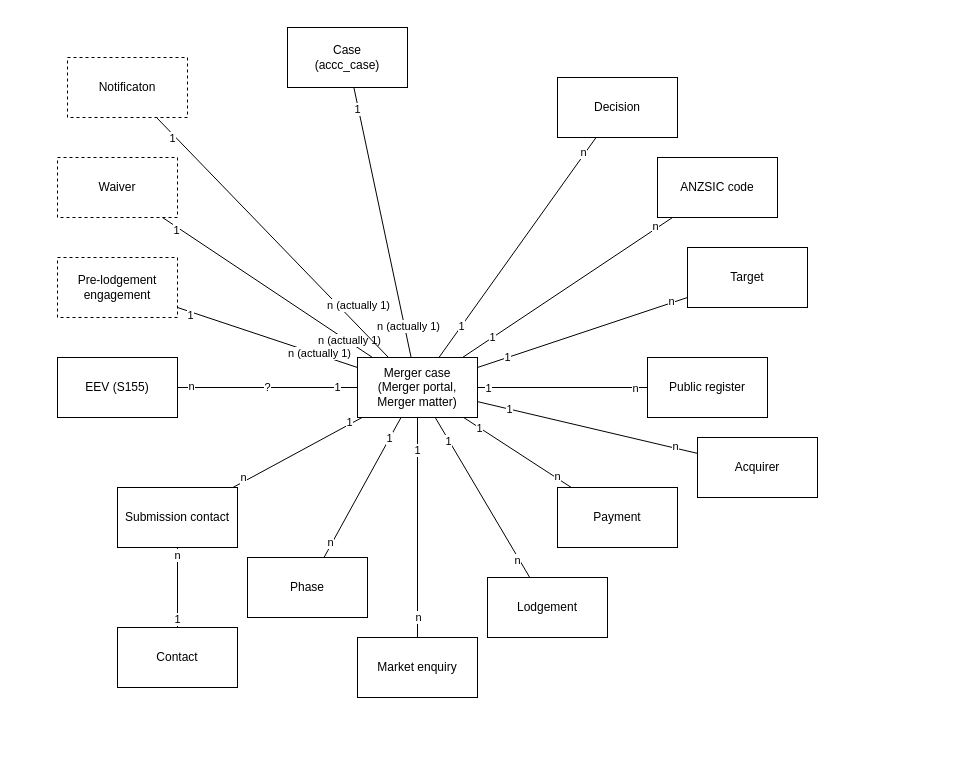
The draw.io diagram page "Entities" (9 of 9) of Merger.drawio in danieldotskc/helloworld, before the edit. Source tidied: cells renumbered, new cells numbered last; positions are measured from the earlier drawing's top-left corner, leaving out a move shared by most shapes. Both pictures are drawn from the tidied source at 100%, with x=0, y=0 at pixel (57, 27).
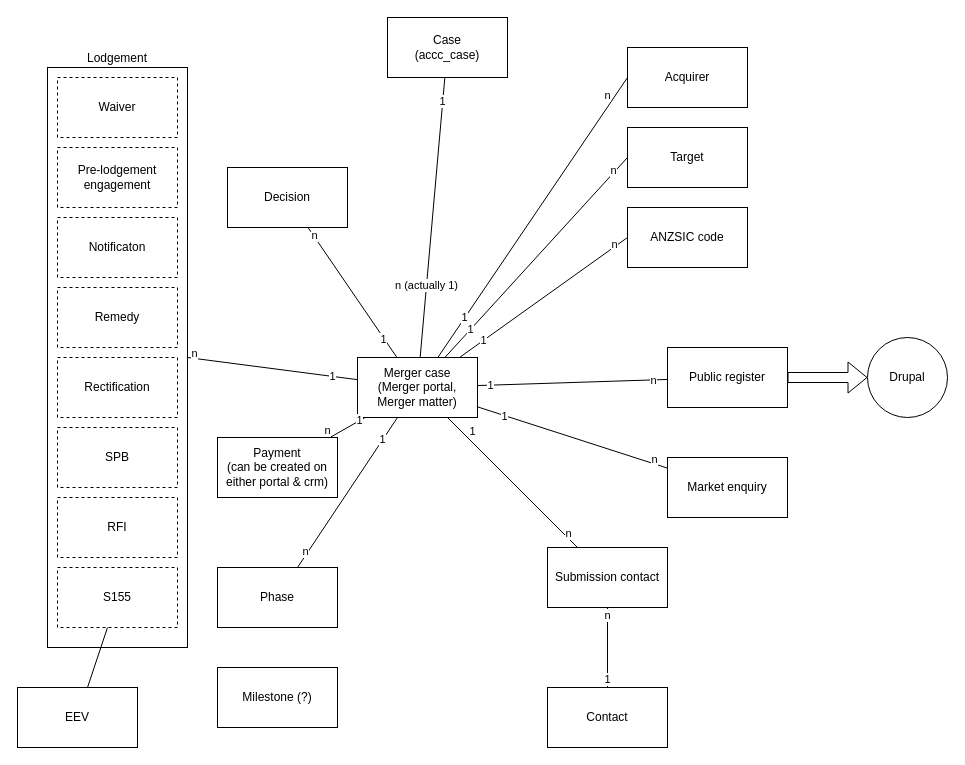
The same diagram, later.

Unchanged cells that the change refers to:
```xml
<mxCell id="2" value="Merger case&lt;div&gt;(Merger portal,&lt;/div&gt;&lt;div&gt;Merger matter)&lt;/div&gt;" style="rounded=0;whiteSpace=wrap;html=1;" parent="1" vertex="1">
  <mxGeometry x="300" y="330" width="120" height="60" as="geometry" />
</mxCell>
<mxCell id="3" style="endArrow=none;html=1;rounded=0;" parent="1" edge="1" source="2" target="10">
  <mxGeometry relative="1" as="geometry" />
</mxCell>
```

The edit, as a diff of the source:
```diff
@@
+    <mxCell id="47" value="Lodgement" style="rounded=0;whiteSpace=wrap;html=1;labelPosition=center;verticalLabelPosition=top;align=center;verticalAlign=bottom;" parent="1" vertex="1">
+      <mxGeometry x="-10" y="40" width="140" height="580" as="geometry" />
+    </mxCell>
@@
     <mxCell id="5" value="n (actually 1)" style="edgeLabel;html=1;align=center;verticalAlign=middle;" parent="3" vertex="1">
       <mxGeometry x="-0.79" y="1" relative="1" as="geometry">
-        <mxPoint x="4" y="-3" as="offset" />
+        <mxPoint x="4" y="-43" as="offset" />
       </mxGeometry>
     </mxCell>
     <mxCell id="6" value="Public register" style="rounded=0;whiteSpace=wrap;html=1;" parent="1" vertex="1">
-      <mxGeometry x="590" y="330" width="120" height="60" as="geometry" />
+      <mxGeometry x="610" y="320" width="120" height="60" as="geometry" />
     </mxCell>
@@
     <mxCell id="10" value="Case&lt;div&gt;(accc_case)&lt;/div&gt;" style="rounded=0;whiteSpace=wrap;html=1;" parent="1" vertex="1">
-      <mxGeometry x="230" width="120" height="60" as="geometry" />
+      <mxGeometry x="330" y="-10" width="120" height="60" as="geometry" />
     </mxCell>
     <mxCell id="11" value="Phase" style="rounded=0;whiteSpace=wrap;html=1;" parent="1" vertex="1">
-      <mxGeometry x="190" y="530" width="120" height="60" as="geometry" />
+      <mxGeometry x="160" y="540" width="120" height="60" as="geometry" />
     </mxCell>
@@
-    <mxCell id="15" value="Payment" style="rounded=0;whiteSpace=wrap;html=1;" parent="1" vertex="1">
-      <mxGeometry x="500" y="460" width="120" height="60" as="geometry" />
+    <mxCell id="15" value="Payment&lt;div&gt;(can be created on either portal &amp;amp; crm)&lt;/div&gt;" style="rounded=0;whiteSpace=wrap;html=1;" parent="1" vertex="1">
+      <mxGeometry x="160" y="410" width="120" height="60" as="geometry" />
     </mxCell>
@@
     <mxCell id="19" value="Submission contact" style="rounded=0;whiteSpace=wrap;html=1;" parent="1" vertex="1">
-      <mxGeometry x="60" y="460" width="120" height="60" as="geometry" />
+      <mxGeometry x="490" y="520" width="120" height="60" as="geometry" />
     </mxCell>
@@
     <mxCell id="23" value="Contact" style="rounded=0;whiteSpace=wrap;html=1;" parent="1" vertex="1">
-      <mxGeometry x="60" y="600" width="120" height="60" as="geometry" />
+      <mxGeometry x="490" y="660" width="120" height="60" as="geometry" />
     </mxCell>
@@
-    <mxCell id="27" value="EEV (S155)" style="rounded=0;whiteSpace=wrap;html=1;" parent="1" vertex="1">
-      <mxGeometry y="330" width="120" height="60" as="geometry" />
+    <mxCell id="27" value="S155" style="rounded=0;whiteSpace=wrap;html=1;dashed=1;" parent="1" vertex="1">
+      <mxGeometry y="540" width="120" height="60" as="geometry" />
     </mxCell>
-    <mxCell id="28" value="?" style="endArrow=none;html=1;rounded=0;" parent="1" edge="1" source="2" target="27">
-      <mxGeometry relative="1" as="geometry" />
-    </mxCell>
-    <mxCell id="29" value="1" style="edgeLabel;html=1;align=center;verticalAlign=middle;" parent="28" vertex="1">
-      <mxGeometry x="-0.71" relative="1" as="geometry">
-        <mxPoint x="5" y="-1" as="offset" />
-      </mxGeometry>
-    </mxCell>
-    <mxCell id="30" value="n" style="edgeLabel;html=1;align=center;verticalAlign=middle;" parent="28" vertex="1">
-      <mxGeometry x="0.85" relative="1" as="geometry">
-        <mxPoint y="-2" as="offset" />
-      </mxGeometry>
-    </mxCell>
     <mxCell id="31" value="Market enquiry" style="rounded=0;whiteSpace=wrap;html=1;" parent="1" vertex="1">
-      <mxGeometry x="300" y="610" width="120" height="60" as="geometry" />
+      <mxGeometry x="610" y="430" width="120" height="60" as="geometry" />
     </mxCell>
@@
     <mxCell id="35" value="Waiver" style="rounded=0;whiteSpace=wrap;html=1;dashed=1;" parent="1" vertex="1">
-      <mxGeometry y="130" width="120" height="60" as="geometry" />
+      <mxGeometry y="50" width="120" height="60" as="geometry" />
     </mxCell>
-    <mxCell id="36" style="endArrow=none;html=1;rounded=0;" parent="1" edge="1" source="2" target="35">
-      <mxGeometry relative="1" as="geometry" />
-    </mxCell>
-    <mxCell id="37" value="1" style="edgeLabel;html=1;align=center;verticalAlign=middle;" parent="36" vertex="1">
-      <mxGeometry x="0.86" relative="1" as="geometry">
-        <mxPoint x="-1" y="3" as="offset" />
-      </mxGeometry>
-    </mxCell>
-    <mxCell id="38" value="n (actually 1)" style="edgeLabel;html=1;align=center;verticalAlign=middle;" parent="36" vertex="1">
-      <mxGeometry x="-0.79" y="1" relative="1" as="geometry">
-        <mxPoint y="-3" as="offset" />
-      </mxGeometry>
-    </mxCell>
     <mxCell id="39" value="Pre-lodgement engagement" style="rounded=0;whiteSpace=wrap;html=1;dashed=1;" parent="1" vertex="1">
-      <mxGeometry y="230" width="120" height="60" as="geometry" />
+      <mxGeometry y="120" width="120" height="60" as="geometry" />
     </mxCell>
-    <mxCell id="40" style="endArrow=none;html=1;rounded=0;" parent="1" edge="1" source="2" target="39">
-      <mxGeometry relative="1" as="geometry" />
-    </mxCell>
-    <mxCell id="41" value="1" style="edgeLabel;html=1;align=center;verticalAlign=middle;" parent="40" vertex="1">
-      <mxGeometry x="0.86" relative="1" as="geometry">
-        <mxPoint x="-1" y="3" as="offset" />
-      </mxGeometry>
-    </mxCell>
-    <mxCell id="42" value="n (actually 1)" style="edgeLabel;html=1;align=center;verticalAlign=middle;" parent="40" vertex="1">
-      <mxGeometry x="-0.79" y="1" relative="1" as="geometry">
-        <mxPoint x="-19" y="-9" as="offset" />
-      </mxGeometry>
-    </mxCell>
     <mxCell id="43" value="Notificaton" style="rounded=0;whiteSpace=wrap;html=1;dashed=1;" parent="1" vertex="1">
-      <mxGeometry x="10" y="30" width="120" height="60" as="geometry" />
+      <mxGeometry y="190" width="120" height="60" as="geometry" />
     </mxCell>
-    <mxCell id="44" style="endArrow=none;html=1;rounded=0;" parent="1" edge="1" source="2" target="43">
-      <mxGeometry relative="1" as="geometry" />
-    </mxCell>
-    <mxCell id="45" value="1" style="edgeLabel;html=1;align=center;verticalAlign=middle;" parent="44" vertex="1">
-      <mxGeometry x="0.86" relative="1" as="geometry">
-        <mxPoint x="-1" y="3" as="offset" />
-      </mxGeometry>
-    </mxCell>
-    <mxCell id="46" value="n (actually 1)" style="edgeLabel;html=1;align=center;verticalAlign=middle;" parent="44" vertex="1">
-      <mxGeometry x="-0.79" y="1" relative="1" as="geometry">
-        <mxPoint x="-5" y="-28" as="offset" />
-      </mxGeometry>
-    </mxCell>
-    <mxCell id="47" value="Lodgement" style="rounded=0;whiteSpace=wrap;html=1;" parent="1" vertex="1">
-      <mxGeometry x="430" y="550" width="120" height="60" as="geometry" />
-    </mxCell>
-    <mxCell id="48" style="endArrow=none;html=1;rounded=0;" parent="1" edge="1" source="2" target="47">
+    <mxCell id="48" style="endArrow=none;html=1;rounded=0;entryX=1;entryY=0.5;entryDx=0;entryDy=0;" parent="1" edge="1" source="2" target="47">
       <mxGeometry relative="1" as="geometry" />
     </mxCell>
@@
     <mxCell id="51" value="Acquirer" style="rounded=0;whiteSpace=wrap;html=1;" parent="1" vertex="1">
-      <mxGeometry x="640" y="410" width="120" height="60" as="geometry" />
+      <mxGeometry x="570" y="20" width="120" height="60" as="geometry" />
     </mxCell>
-    <mxCell id="52" style="endArrow=none;html=1;rounded=0;" parent="1" edge="1" source="2" target="51">
+    <mxCell id="52" style="endArrow=none;html=1;rounded=0;entryX=0;entryY=0.5;entryDx=0;entryDy=0;" parent="1" edge="1" source="2" target="51">
       <mxGeometry relative="1" as="geometry" />
     </mxCell>
@@
     <mxCell id="55" value="Target" style="rounded=0;whiteSpace=wrap;html=1;" parent="1" vertex="1">
-      <mxGeometry x="630" y="220" width="120" height="60" as="geometry" />
+      <mxGeometry x="570" y="100" width="120" height="60" as="geometry" />
     </mxCell>
-    <mxCell id="56" style="endArrow=none;html=1;rounded=0;" parent="1" edge="1" source="2" target="55">
+    <mxCell id="56" style="endArrow=none;html=1;rounded=0;entryX=0;entryY=0.5;entryDx=0;entryDy=0;" parent="1" edge="1" source="2" target="55">
       <mxGeometry relative="1" as="geometry" />
     </mxCell>
@@
     <mxCell id="59" value="ANZSIC code" style="rounded=0;whiteSpace=wrap;html=1;" parent="1" vertex="1">
-      <mxGeometry x="600" y="130" width="120" height="60" as="geometry" />
+      <mxGeometry x="570" y="180" width="120" height="60" as="geometry" />
     </mxCell>
-    <mxCell id="60" style="endArrow=none;html=1;rounded=0;" parent="1" edge="1" source="2" target="59">
+    <mxCell id="60" style="endArrow=none;html=1;rounded=0;entryX=0;entryY=0.5;entryDx=0;entryDy=0;" parent="1" edge="1" source="2" target="59">
       <mxGeometry relative="1" as="geometry" />
     </mxCell>
@@
     <mxCell id="63" value="Decision" style="rounded=0;whiteSpace=wrap;html=1;" parent="1" vertex="1">
-      <mxGeometry x="500" y="50" width="120" height="60" as="geometry" />
+      <mxGeometry x="170" y="140" width="120" height="60" as="geometry" />
     </mxCell>
@@
+    <mxCell id="67" value="Drupal" style="ellipse;whiteSpace=wrap;html=1;" parent="1" vertex="1">
+      <mxGeometry x="810" y="310" width="80" height="80" as="geometry" />
+    </mxCell>
+    <mxCell id="68" style="shape=flexArrow;endArrow=classic;html=1;rounded=0;" parent="1" edge="1" source="6" target="67">
+      <mxGeometry relative="1" as="geometry" />
+    </mxCell>
+    <mxCell id="69" value="Remedy" style="rounded=0;whiteSpace=wrap;html=1;dashed=1;" parent="1" vertex="1">
+      <mxGeometry y="260" width="120" height="60" as="geometry" />
+    </mxCell>
+    <mxCell id="70" value="Rectification" style="rounded=0;whiteSpace=wrap;html=1;dashed=1;" parent="1" vertex="1">
+      <mxGeometry y="330" width="120" height="60" as="geometry" />
+    </mxCell>
+    <mxCell id="71" value="RFI" style="rounded=0;whiteSpace=wrap;html=1;dashed=1;" parent="1" vertex="1">
+      <mxGeometry y="470" width="120" height="60" as="geometry" />
+    </mxCell>
+    <mxCell id="72" value="SPB" style="rounded=0;whiteSpace=wrap;html=1;dashed=1;" parent="1" vertex="1">
+      <mxGeometry y="400" width="120" height="60" as="geometry" />
+    </mxCell>
+    <mxCell id="73" value="EEV" style="rounded=0;whiteSpace=wrap;html=1;" parent="1" vertex="1">
+      <mxGeometry x="-40" y="660" width="120" height="60" as="geometry" />
+    </mxCell>
+    <mxCell id="74" style="endArrow=none;html=1;rounded=0;" parent="1" edge="1" source="73" target="27">
+      <mxGeometry relative="1" as="geometry" />
+    </mxCell>
+    <mxCell id="75" value="Milestone (?)" style="rounded=0;whiteSpace=wrap;html=1;" parent="1" vertex="1">
+      <mxGeometry x="160" y="640" width="120" height="60" as="geometry" />
+    </mxCell>
```
